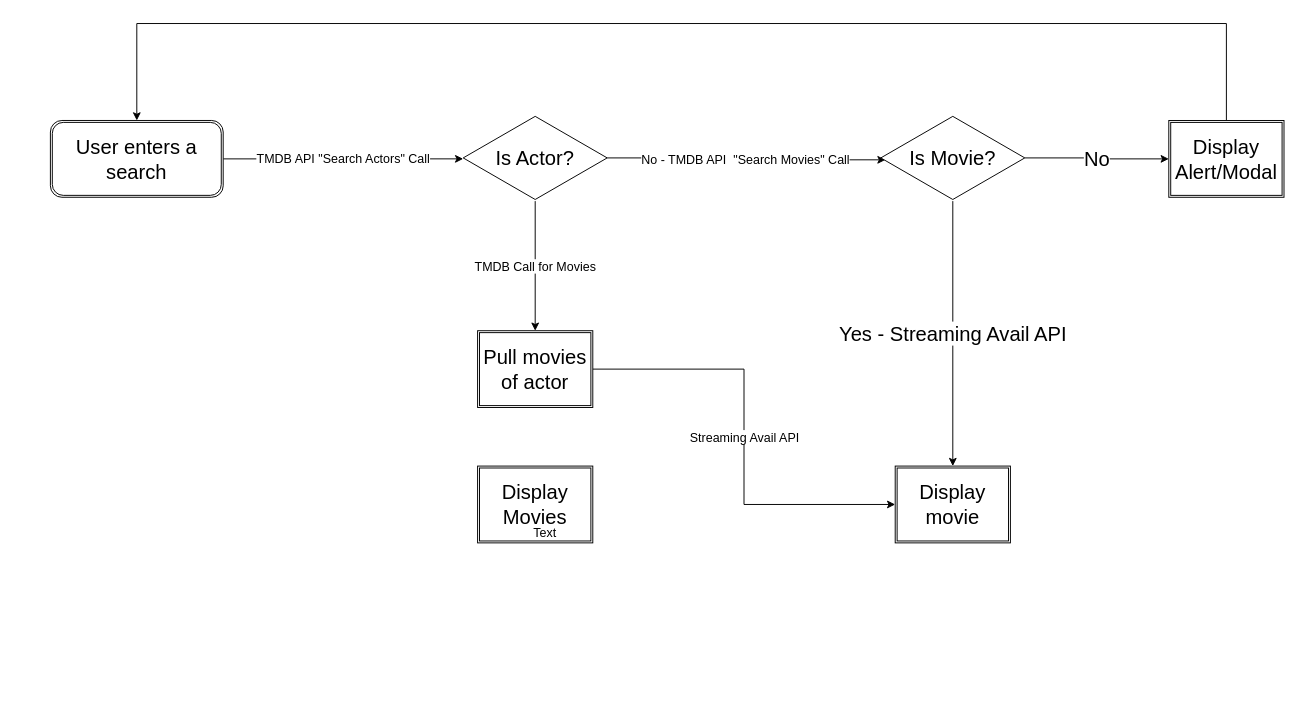
Above: page "User Journey" (3 of 3) of Stream Connect.drawio in gatorhatur/stream-connect (draw.io), before the change. Source tidied: cells renumbered, new cells numbered last; positions are measured from the earlier drawing's top-left corner, leaving out a move shared by most shapes. Both pictures are drawn from the tidied source at 96%, with x=0, y=0 at pixel (50, 23).
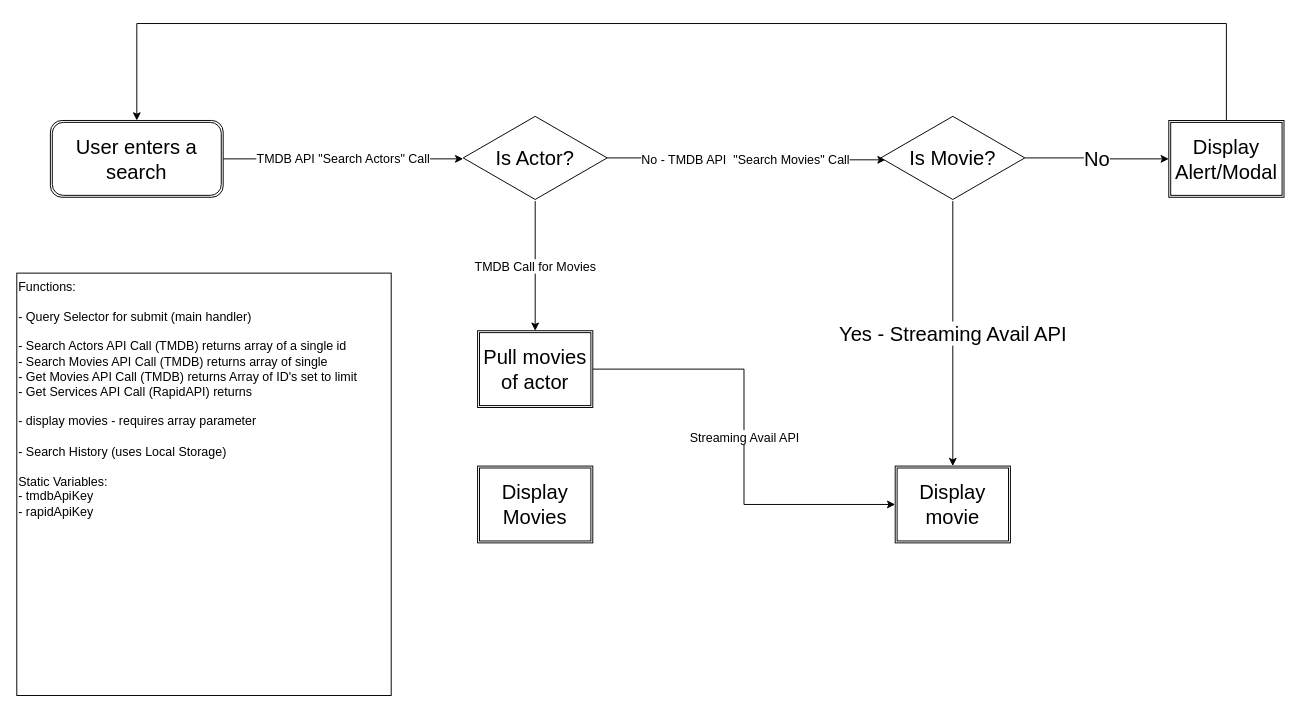
Above is the later version.

Commit message:
designed function calls

What changed in the source:
```diff
@@
 <mxGraphModel>
   <root>
     <mxCell id="0" />
     <mxCell id="1" parent="0" />
     <mxCell id="2" value="TMDB API &quot;Search Actors&quot; Call" style="edgeStyle=orthogonalEdgeStyle;rounded=0;jettySize=auto;html=1;exitX=1;exitY=0.5;exitDx=0;exitDy=0;entryX=0;entryY=0.511;entryDx=0;entryDy=0;entryPerimeter=0;fontSize=13;" parent="1" edge="1" source="3" target="6">
       <mxGeometry relative="1" as="geometry" />
     </mxCell>
     <mxCell id="3" value="User enters a search" style="shape=ext;double=1;rounded=1;whiteSpace=wrap;html=1;fontSize=21;" parent="1" vertex="1">
       <mxGeometry y="101" width="180" height="80" as="geometry" />
     </mxCell>
     <mxCell id="4" value="No - TMDB API&amp;nbsp; &quot;Search Movies&quot; Call" style="edgeStyle=orthogonalEdgeStyle;rounded=0;jettySize=auto;html=1;entryX=0.033;entryY=0.522;entryDx=0;entryDy=0;entryPerimeter=0;fontSize=13;" parent="1" edge="1" source="6" target="11">
       <mxGeometry relative="1" as="geometry" />
     </mxCell>
     <mxCell id="5" value="TMDB Call for Movies" style="edgeStyle=orthogonalEdgeStyle;rounded=0;jettySize=auto;html=1;entryX=0.5;entryY=0;entryDx=0;entryDy=0;fontSize=13;" parent="1" edge="1" source="6" target="8">
       <mxGeometry relative="1" as="geometry" />
     </mxCell>
     <mxCell id="6" value="Is Actor?" style="html=1;whiteSpace=wrap;shape=isoRectangle;fontSize=21;" parent="1" vertex="1">
       <mxGeometry x="430" y="95" width="150" height="90" as="geometry" />
     </mxCell>
     <mxCell id="7" value="Streaming Avail API" style="edgeStyle=orthogonalEdgeStyle;rounded=0;jettySize=auto;html=1;exitX=1;exitY=0.5;exitDx=0;exitDy=0;entryX=0;entryY=0.5;entryDx=0;entryDy=0;fontSize=13;" parent="1" edge="1" source="8" target="12">
       <mxGeometry relative="1" as="geometry" />
     </mxCell>
     <mxCell id="8" value="Pull movies of actor" style="shape=ext;double=1;rounded=0;whiteSpace=wrap;html=1;fontSize=21;" parent="1" vertex="1">
       <mxGeometry x="445" y="320" width="120" height="80" as="geometry" />
     </mxCell>
     <mxCell id="9" value="No" style="edgeStyle=orthogonalEdgeStyle;rounded=0;jettySize=auto;html=1;entryX=0;entryY=0.5;entryDx=0;entryDy=0;fontSize=21;" parent="1" edge="1" source="11" target="14">
       <mxGeometry relative="1" as="geometry" />
     </mxCell>
     <mxCell id="10" value="Yes - Streaming Avail API" style="edgeStyle=orthogonalEdgeStyle;rounded=0;jettySize=auto;html=1;entryX=0.5;entryY=0;entryDx=0;entryDy=0;fontSize=21;" parent="1" edge="1" source="11" target="12">
       <mxGeometry relative="1" as="geometry" />
     </mxCell>
     <mxCell id="11" value="Is Movie?" style="html=1;whiteSpace=wrap;shape=isoRectangle;fontSize=21;" parent="1" vertex="1">
       <mxGeometry x="865" y="95" width="150" height="90" as="geometry" />
     </mxCell>
     <mxCell id="12" value="Display movie" style="shape=ext;double=1;rounded=0;whiteSpace=wrap;html=1;fontSize=21;" parent="1" vertex="1">
       <mxGeometry x="880" y="461" width="120" height="80" as="geometry" />
     </mxCell>
     <mxCell id="13" style="edgeStyle=orthogonalEdgeStyle;rounded=0;jettySize=auto;html=1;exitX=0.5;exitY=0;exitDx=0;exitDy=0;entryX=0.5;entryY=0;entryDx=0;entryDy=0;fontSize=21;" parent="1" edge="1" source="14" target="3">
       <mxGeometry relative="1" as="geometry">
         <Array as="points">
           <mxPoint x="1035" />
           <mxPoint x="185" />
         </Array>
       </mxGeometry>
     </mxCell>
     <mxCell id="14" value="Display Alert/Modal" style="shape=ext;double=1;rounded=0;whiteSpace=wrap;html=1;fontSize=21;" parent="1" vertex="1">
       <mxGeometry x="1165" y="101" width="120" height="80" as="geometry" />
     </mxCell>
     <mxCell id="15" value="Display Movies" style="shape=ext;double=1;rounded=0;whiteSpace=wrap;html=1;fontSize=21;" parent="1" vertex="1">
       <mxGeometry x="445" y="461" width="120" height="80" as="geometry" />
     </mxCell>
-    <mxCell id="16" value="Text" style="text;html=1;align=center;verticalAlign=middle;strokeColor=none;fillColor=none;fontSize=13;" parent="1" vertex="1">
-      <mxGeometry x="495" y="520" width="40" height="20" as="geometry" />
-    </mxCell>
+    <mxCell id="17" value="Functions:&lt;br&gt;&lt;br&gt;- Query Selector for submit (main handler)&lt;br&gt;&lt;br&gt;- Search Actors API Call (TMDB) returns array of a single id&lt;br&gt;- Search Movies API Call (TMDB) returns array of single&lt;br&gt;- Get Movies API Call (TMDB) returns Array of ID's set to limit&lt;br&gt;- Get Services API Call (RapidAPI) returns&lt;br&gt;&lt;br&gt;- display movies - requires array parameter&lt;br&gt;&lt;br&gt;- Search History (uses Local Storage)&lt;br&gt;&lt;br&gt;Static Variables:&lt;br&gt;- tmdbApiKey&lt;br&gt;- rapidApiKey&lt;br&gt;&lt;br&gt;" style="rounded=0;whiteSpace=wrap;html=1;fontSize=13;align=left;verticalAlign=top;" parent="1" vertex="1">
+      <mxGeometry x="-35" y="260" width="390" height="440" as="geometry" />
+    </mxCell>
   </root>
 </mxGraphModel>
```
